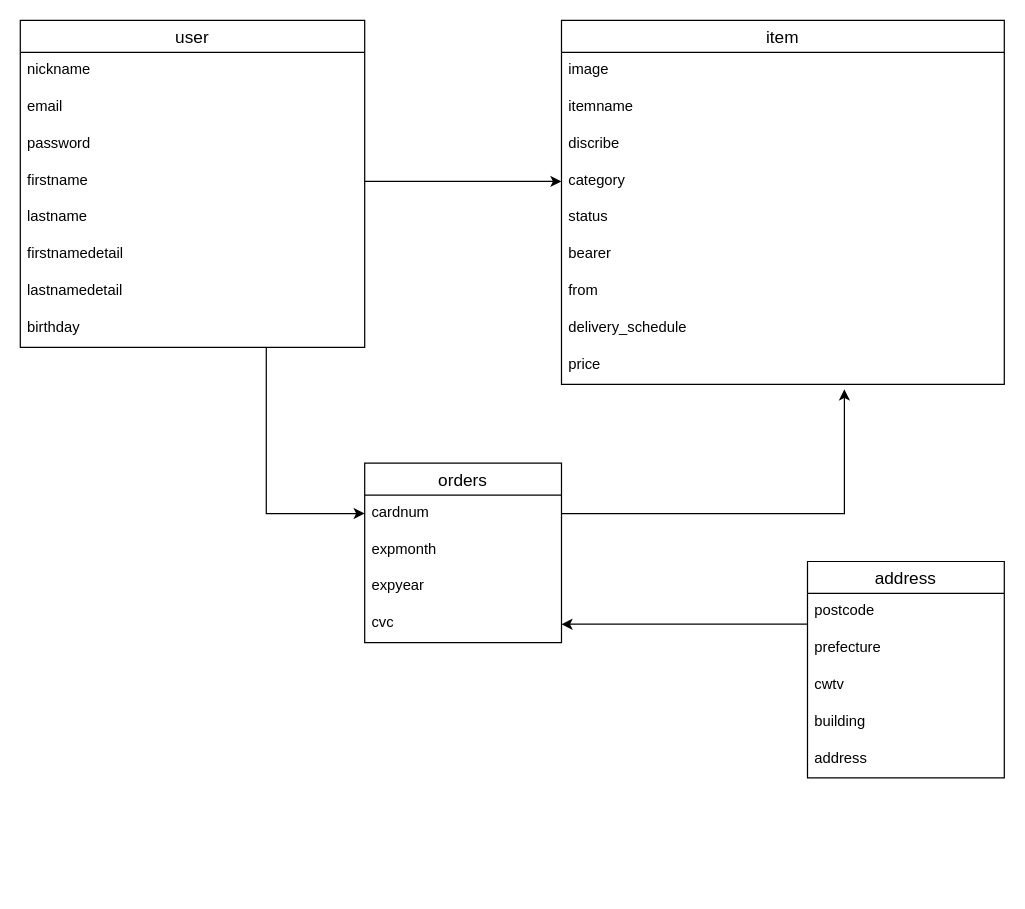
The draw.io diagram furima.dio in Tech-Ny/furima-34427, before the edit. Source tidied: cells renumbered, new cells numbered last; positions are measured from the earlier drawing's top-left corner, leaving out a move shared by most shapes. Both pictures are drawn from the tidied source at 123%, with x=0, y=0 at pixel (20, 20).
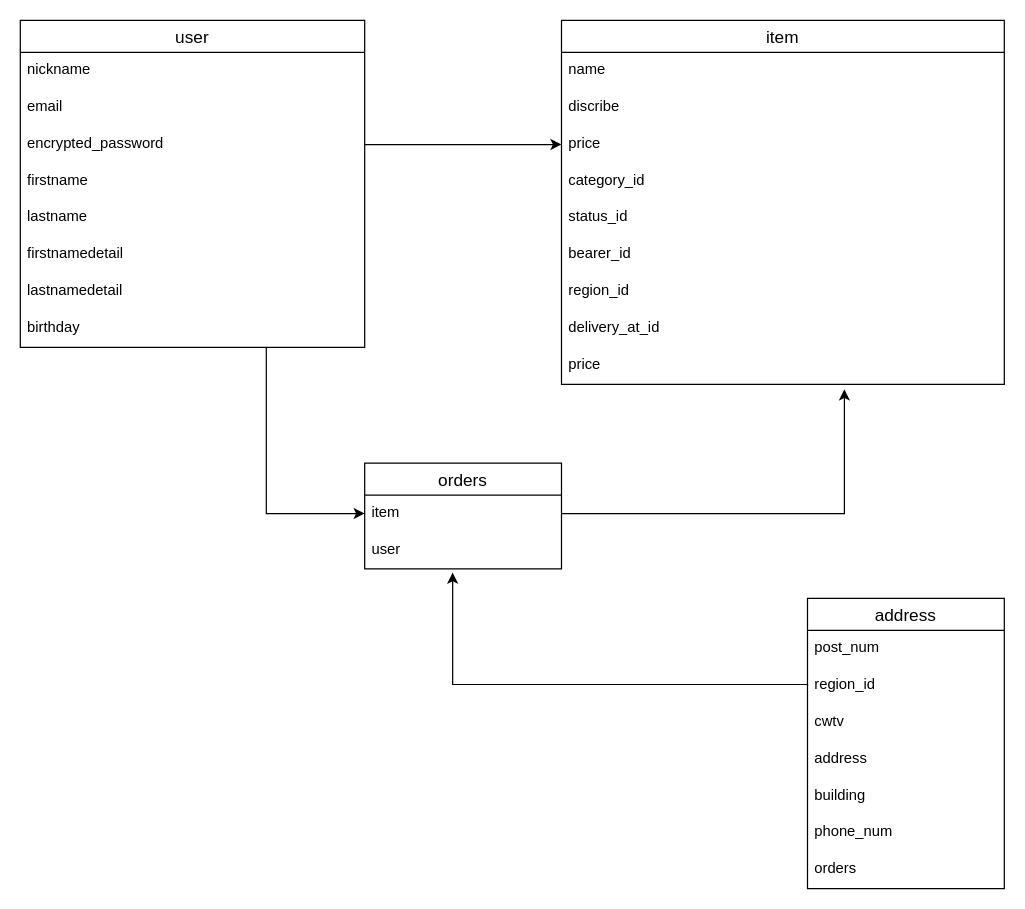
Above is the later version.

Unchanged cells that the change refers to:
```xml
<mxCell id="4" value="user" style="swimlane;fontStyle=0;horizontal=1;startSize=26;align=center;fontSize=14;" parent="1" vertex="1">
  <mxGeometry width="280" height="266" as="geometry" />
</mxCell>
<mxCell id="8" value="firstname" style="text;strokeColor=none;fillColor=none;spacingLeft=4;spacingRight=4;overflow=hidden;points=[[0,0.5],[1,0.5]];portConstraint=eastwest;fontSize=12;" parent="4" vertex="1">
  <mxGeometry y="116" width="280" height="30" as="geometry" />
</mxCell>
<mxCell id="13" value="item" style="swimlane;fontStyle=0;horizontal=1;startSize=26;align=center;fontSize=14;" parent="1" vertex="1">
  <mxGeometry x="440" width="360" height="296" as="geometry" />
</mxCell>
```

Change to the diagram source:
```diff
@@
-    <mxCell id="3" style="edgeStyle=elbowEdgeStyle;rounded=0;jettySize=auto;elbow=vertical;html=1;entryX=0;entryY=0.5;entryDx=0;entryDy=0;" parent="1" edge="1" source="4" target="24">
+    <mxCell id="3" style="edgeStyle=elbowEdgeStyle;rounded=0;jettySize=auto;elbow=vertical;html=1;entryX=0;entryY=0.5;entryDx=0;entryDy=0;" parent="1" edge="1" source="4">
       <mxGeometry relative="1" as="geometry">
+        <mxPoint x="280" y="401" as="targetPoint" />
         <Array as="points">
           <mxPoint x="200" y="401" />
         </Array>
       </mxGeometry>
     </mxCell>
@@
-    <mxCell id="7" value="password" style="text;strokeColor=none;fillColor=none;spacingLeft=4;spacingRight=4;overflow=hidden;points=[[0,0.5],[1,0.5]];portConstraint=eastwest;fontSize=12;" parent="4" vertex="1">
+    <mxCell id="7" value="encrypted_password" style="text;strokeColor=none;fillColor=none;spacingLeft=4;spacingRight=4;overflow=hidden;points=[[0,0.5],[1,0.5]];portConstraint=eastwest;fontSize=12;" parent="4" vertex="1">
       <mxGeometry y="86" width="280" height="30" as="geometry" />
     </mxCell>
@@
-    <mxCell id="14" value="image" style="text;strokeColor=none;fillColor=none;spacingLeft=4;spacingRight=4;overflow=hidden;fontSize=12;" parent="13" vertex="1">
-      <mxGeometry y="26" width="360" height="30" as="geometry" />
-    </mxCell>
-    <mxCell id="15" value="itemname" style="text;strokeColor=none;fillColor=none;spacingLeft=4;spacingRight=4;overflow=hidden;fontSize=12;" parent="13" vertex="1">
-      <mxGeometry y="56" width="360" height="30" as="geometry" />
+    <mxCell id="15" value="name" style="text;strokeColor=none;fillColor=none;spacingLeft=4;spacingRight=4;overflow=hidden;fontSize=12;" parent="13" vertex="1">
+      <mxGeometry y="26" width="360" height="30" as="geometry" />
     </mxCell>
     <mxCell id="16" value="discribe" style="text;strokeColor=none;fillColor=none;spacingLeft=4;spacingRight=4;overflow=hidden;fontSize=12;" parent="13" vertex="1">
-      <mxGeometry y="86" width="360" height="30" as="geometry" />
+      <mxGeometry y="56" width="360" height="30" as="geometry" />
     </mxCell>
+    <mxCell id="38" value="price" style="text;strokeColor=none;fillColor=none;spacingLeft=4;spacingRight=4;overflow=hidden;points=[[0,0.5],[1,0.5]];portConstraint=eastwest;fontSize=12;" parent="13" vertex="1">
+      <mxGeometry y="86" width="360" height="30" as="geometry" />
+    </mxCell>
-    <mxCell id="17" value="category" style="text;strokeColor=none;fillColor=none;spacingLeft=4;spacingRight=4;overflow=hidden;points=[[0,0.5],[1,0.5]];portConstraint=eastwest;fontSize=12;" parent="13" vertex="1">
+    <mxCell id="17" value="category_id&#10;" style="text;strokeColor=none;fillColor=none;spacingLeft=4;spacingRight=4;overflow=hidden;points=[[0,0.5],[1,0.5]];portConstraint=eastwest;fontSize=12;" parent="13" vertex="1">
       <mxGeometry y="116" width="360" height="30" as="geometry" />
     </mxCell>
-    <mxCell id="18" value="status" style="text;strokeColor=none;fillColor=none;spacingLeft=4;spacingRight=4;overflow=hidden;fontSize=12;" parent="13" vertex="1">
+    <mxCell id="18" value="status_id" style="text;strokeColor=none;fillColor=none;spacingLeft=4;spacingRight=4;overflow=hidden;fontSize=12;" parent="13" vertex="1">
       <mxGeometry y="146" width="360" height="30" as="geometry" />
     </mxCell>
-    <mxCell id="19" value="bearer" style="text;strokeColor=none;fillColor=none;spacingLeft=4;spacingRight=4;overflow=hidden;fontSize=12;" parent="13" vertex="1">
+    <mxCell id="19" value="bearer_id" style="text;strokeColor=none;fillColor=none;spacingLeft=4;spacingRight=4;overflow=hidden;fontSize=12;" parent="13" vertex="1">
       <mxGeometry y="176" width="360" height="30" as="geometry" />
     </mxCell>
-    <mxCell id="20" value="from" style="text;strokeColor=none;fillColor=none;spacingLeft=4;spacingRight=4;overflow=hidden;fontSize=12;" parent="13" vertex="1">
+    <mxCell id="20" value="region_id" style="text;strokeColor=none;fillColor=none;spacingLeft=4;spacingRight=4;overflow=hidden;fontSize=12;" parent="13" vertex="1">
       <mxGeometry y="206" width="360" height="30" as="geometry" />
     </mxCell>
-    <mxCell id="21" value="delivery_schedule" style="text;strokeColor=none;fillColor=none;spacingLeft=4;spacingRight=4;overflow=hidden;fontSize=12;" parent="13" vertex="1">
+    <mxCell id="21" value="delivery_at_id" style="text;strokeColor=none;fillColor=none;spacingLeft=4;spacingRight=4;overflow=hidden;fontSize=12;" parent="13" vertex="1">
       <mxGeometry y="236" width="360" height="30" as="geometry" />
     </mxCell>
@@
     <mxCell id="23" value="orders" style="swimlane;fontStyle=0;horizontal=1;startSize=26;align=center;fontSize=14;" parent="1" vertex="1">
-      <mxGeometry x="280" y="360" width="160" height="146" as="geometry" />
+      <mxGeometry x="280" y="360" width="160" height="86" as="geometry" />
     </mxCell>
-    <mxCell id="24" value="cardnum" style="text;strokeColor=none;fillColor=none;spacingLeft=4;spacingRight=4;overflow=hidden;points=[[0,0.5],[1,0.5]];portConstraint=eastwest;fontSize=12;" parent="23" vertex="1">
-      <mxGeometry y="26" width="160" height="30" as="geometry" />
-    </mxCell>
-    <mxCell id="25" value="expmonth" style="text;strokeColor=none;fillColor=none;spacingLeft=4;spacingRight=4;overflow=hidden;fontSize=12;" parent="23" vertex="1">
-      <mxGeometry y="56" width="160" height="30" as="geometry" />
-    </mxCell>
-    <mxCell id="26" value="expyear" style="text;strokeColor=none;fillColor=none;spacingLeft=4;spacingRight=4;overflow=hidden;fontSize=12;" parent="23" vertex="1">
-      <mxGeometry y="86" width="160" height="30" as="geometry" />
+    <mxCell id="26" value="item" style="text;strokeColor=none;fillColor=none;spacingLeft=4;spacingRight=4;overflow=hidden;fontSize=12;" parent="23" vertex="1">
+      <mxGeometry y="26" width="160" height="30" as="geometry" />
     </mxCell>
-    <mxCell id="27" value="cvc" style="text;strokeColor=none;fillColor=none;spacingLeft=4;spacingRight=4;overflow=hidden;points=[[0,0.5],[1,0.5]];portConstraint=eastwest;fontSize=12;" parent="23" vertex="1">
-      <mxGeometry y="116" width="160" height="30" as="geometry" />
+    <mxCell id="27" value="user" style="text;strokeColor=none;fillColor=none;spacingLeft=4;spacingRight=4;overflow=hidden;points=[[0,0.5],[1,0.5]];portConstraint=eastwest;fontSize=12;" parent="23" vertex="1">
+      <mxGeometry y="56" width="160" height="30" as="geometry" />
     </mxCell>
     <mxCell id="28" value="address" style="swimlane;fontStyle=0;horizontal=1;startSize=26;align=center;fontSize=14;" parent="1" vertex="1">
-      <mxGeometry x="640" y="440" width="160" height="176" as="geometry" />
+      <mxGeometry x="640" y="470" width="160" height="236" as="geometry" />
     </mxCell>
-    <mxCell id="29" value="postcode" style="text;strokeColor=none;fillColor=none;spacingLeft=4;spacingRight=4;overflow=hidden;points=[[0,0.5],[1,0.5]];portConstraint=eastwest;fontSize=12;" parent="28" vertex="1">
+    <mxCell id="29" value="post_num" style="text;strokeColor=none;fillColor=none;spacingLeft=4;spacingRight=4;overflow=hidden;points=[[0,0.5],[1,0.5]];portConstraint=eastwest;fontSize=12;" parent="28" vertex="1">
       <mxGeometry y="26" width="160" height="30" as="geometry" />
     </mxCell>
-    <mxCell id="30" value="prefecture" style="text;strokeColor=none;fillColor=none;spacingLeft=4;spacingRight=4;overflow=hidden;points=[[0,0.5],[1,0.5]];portConstraint=eastwest;fontSize=12;" parent="28" vertex="1">
+    <mxCell id="30" value="region_id" style="text;strokeColor=none;fillColor=none;spacingLeft=4;spacingRight=4;overflow=hidden;points=[[0,0.5],[1,0.5]];portConstraint=eastwest;fontSize=12;" parent="28" vertex="1">
       <mxGeometry y="56" width="160" height="30" as="geometry" />
     </mxCell>
@@
+    <mxCell id="39" value="address" style="text;strokeColor=none;fillColor=none;spacingLeft=4;spacingRight=4;overflow=hidden;fontSize=12;" parent="28" vertex="1">
+      <mxGeometry y="116" width="160" height="30" as="geometry" />
+    </mxCell>
     <mxCell id="32" value="building" style="text;strokeColor=none;fillColor=none;spacingLeft=4;spacingRight=4;overflow=hidden;fontSize=12;" parent="28" vertex="1">
-      <mxGeometry y="116" width="160" height="30" as="geometry" />
+      <mxGeometry y="146" width="160" height="30" as="geometry" />
     </mxCell>
+    <mxCell id="40" value="phone_num" style="text;strokeColor=none;fillColor=none;spacingLeft=4;spacingRight=4;overflow=hidden;fontSize=12;" parent="28" vertex="1">
+      <mxGeometry y="176" width="160" height="30" as="geometry" />
+    </mxCell>
-    <mxCell id="33" value="address" style="text;strokeColor=none;fillColor=none;spacingLeft=4;spacingRight=4;overflow=hidden;fontSize=12;" parent="28" vertex="1">
-      <mxGeometry y="146" width="160" height="30" as="geometry" />
+    <mxCell id="33" value="orders" style="text;strokeColor=none;fillColor=none;spacingLeft=4;spacingRight=4;overflow=hidden;fontSize=12;" parent="28" vertex="1">
+      <mxGeometry y="206" width="160" height="30" as="geometry" />
     </mxCell>
-    <mxCell id="34" style="edgeStyle=elbowEdgeStyle;rounded=0;orthogonalLoop=1;jettySize=auto;elbow=vertical;html=1;exitX=0.75;exitY=0;exitDx=0;exitDy=0;" parent="1" edge="1" source="23" target="23">
-      <mxGeometry relative="1" as="geometry" />
-    </mxCell>
-    <mxCell id="35" style="edgeStyle=elbowEdgeStyle;rounded=0;jettySize=auto;elbow=vertical;html=1;entryX=1;entryY=0.5;entryDx=0;entryDy=0;" parent="1" edge="1" source="29" target="27">
-      <mxGeometry relative="1" as="geometry" />
+    <mxCell id="35" style="edgeStyle=elbowEdgeStyle;rounded=0;jettySize=auto;elbow=vertical;html=1;entryX=0.447;entryY=1.1;entryDx=0;entryDy=0;entryPerimeter=0;exitX=0;exitY=0.5;exitDx=0;exitDy=0;" parent="1" edge="1" source="30" target="27">
+      <mxGeometry relative="1" as="geometry">
+        <Array as="points">
+          <mxPoint x="540" y="540" />
+        </Array>
+      </mxGeometry>
     </mxCell>
-    <mxCell id="36" style="edgeStyle=elbowEdgeStyle;rounded=0;jettySize=auto;elbow=vertical;html=1;" parent="1" edge="1" source="24">
+    <mxCell id="36" style="edgeStyle=elbowEdgeStyle;rounded=0;orthogonalLoop=1;jettySize=auto;elbow=vertical;html=1;" parent="1" edge="1">
       <mxGeometry relative="1" as="geometry">
+        <mxPoint x="440" y="401" as="sourcePoint" />
         <mxPoint x="670" y="300" as="targetPoint" />
         <Array as="points">
           <mxPoint x="600" y="401" />
         </Array>
       </mxGeometry>
     </mxCell>
-    <mxCell id="37" style="edgeStyle=elbowEdgeStyle;rounded=0;jettySize=auto;elbow=vertical;html=1;entryX=0;entryY=0.5;entryDx=0;entryDy=0;" parent="1" edge="1" source="8" target="17">
-      <mxGeometry relative="1" as="geometry" />
-    </mxCell>
+    <mxCell id="41" style="edgeStyle=elbowEdgeStyle;rounded=0;jettySize=auto;elbow=vertical;html=1;" parent="1" edge="1" source="7" target="38">
+      <mxGeometry relative="1" as="geometry" />
+    </mxCell>
```
